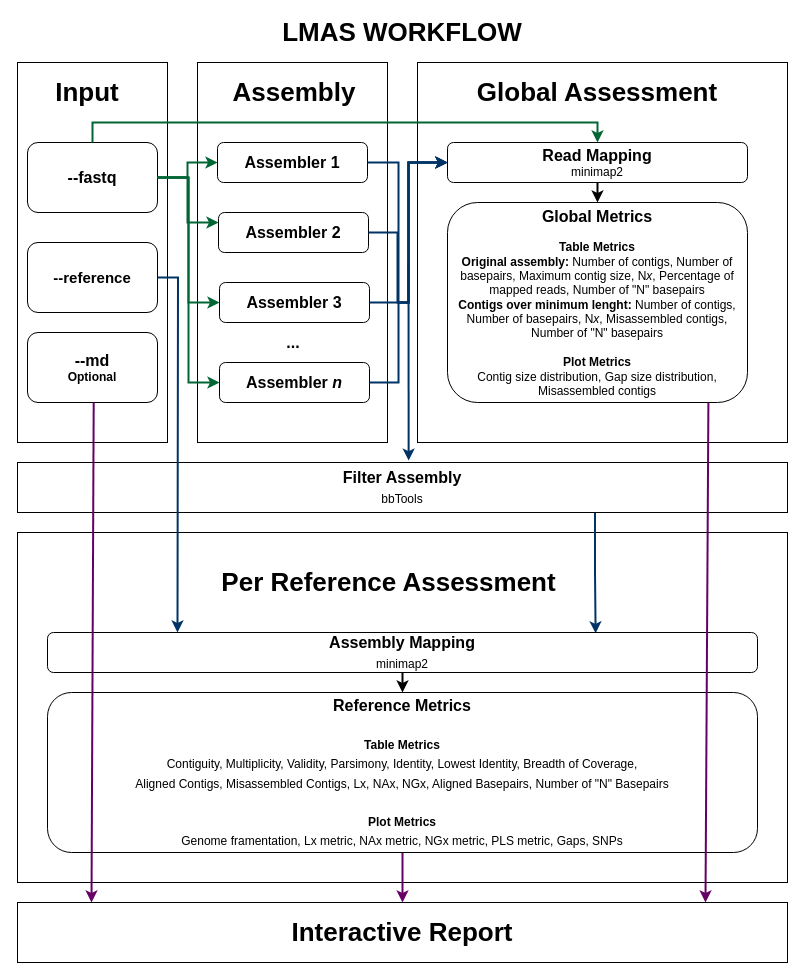
This is docs/diagram_simple.drawio from B-UMMI/LMAS, a draw.io file, before an edit. Source tidied: cells renumbered, new cells numbered last; positions are measured from the earlier drawing's top-left corner, leaving out a move shared by most shapes. Both pictures are drawn from the tidied source at 100%, with x=0, y=0 at pixel (17, 22).
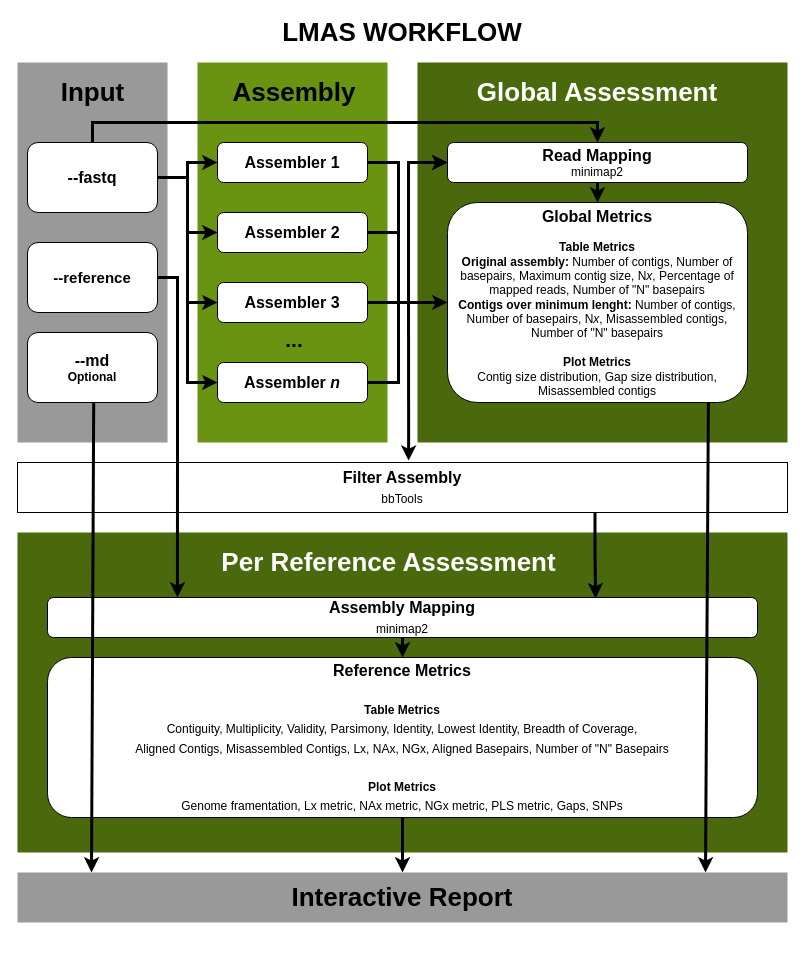
The same page after the edit.

The change refers to these unchanged cells:
```xml
<mxCell id="6" value="&lt;b style=&quot;font-size: 16px&quot;&gt;--fastq&lt;/b&gt;" style="rounded=1;whiteSpace=wrap;html=1;verticalAlign=middle;" parent="1" vertex="1">
  <mxGeometry x="10" y="120" width="130" height="70" as="geometry" />
</mxCell>
<mxCell id="7" value="&lt;b style=&quot;font-size: 15px&quot;&gt;--reference&lt;/b&gt;&lt;b&gt;&lt;br&gt;&lt;/b&gt;" style="rounded=1;whiteSpace=wrap;html=1;" parent="1" vertex="1">
  <mxGeometry x="10" y="220" width="130" height="70" as="geometry" />
</mxCell>
<mxCell id="11" value="&lt;font style=&quot;font-size: 16px&quot;&gt;&lt;b&gt;Assembler 1&lt;/b&gt;&lt;/font&gt;" style="rounded=1;whiteSpace=wrap;html=1;" parent="1" vertex="1">
  <mxGeometry x="200" y="120" width="150" height="40" as="geometry" />
</mxCell>
<mxCell id="18" value="&lt;font style=&quot;font-size: 16px&quot;&gt;&lt;b&gt;Read Mapping&lt;br&gt;&lt;/b&gt;&lt;/font&gt;&lt;font style=&quot;font-size: 12px&quot;&gt;minimap2&lt;br&gt;&lt;/font&gt;" style="rounded=1;whiteSpace=wrap;html=1;" parent="1" vertex="1">
  <mxGeometry x="430" y="120" width="300" height="40" as="geometry" />
</mxCell>
<mxCell id="21" value="&lt;span style=&quot;font-weight: bold ; font-size: 16px&quot;&gt;Global Metrics&lt;br&gt;&lt;/span&gt;&lt;br&gt;&lt;b&gt;Table Metrics&lt;br&gt;&lt;/b&gt;&lt;font style=&quot;font-size: 12px&quot;&gt;&lt;b&gt;Original assembly:&lt;/b&gt; Number of contigs, Number of basepairs, Maximum contig size, N&lt;i&gt;x&lt;/i&gt;, Percentage of mapped reads, Number of &quot;N&quot; basepairs&lt;/font&gt;&lt;br&gt;&lt;font style=&quot;font-size: 12px&quot;&gt;&lt;span style=&quot;font-weight: bold&quot;&gt;Contigs over minimum lenght:&amp;nbsp;&lt;/span&gt;Number of contigs, Number of basepairs, N&lt;i&gt;x&lt;/i&gt;, Misassembled contigs, Number of &quot;N&quot; basepairs&lt;br&gt;&lt;br&gt;&lt;b&gt;Plot Metrics&lt;br&gt;&lt;/b&gt;Contig size distribution, Gap size distribution, Misassembled contigs&lt;/font&gt;&lt;font style=&quot;font-size: 12px&quot;&gt;&lt;br&gt;&lt;/font&gt;" style="rounded=1;whiteSpace=wrap;html=1;" parent="1" vertex="1">
  <mxGeometry x="430" y="180" width="300" height="200" as="geometry" />
</mxCell>
```

Change to the diagram source:
```diff
@@
-    <mxCell id="2" style="rounded=0;whiteSpace=wrap;html=1;fontSize=16;" parent="1" vertex="1">
-      <mxGeometry y="510" width="770" height="350" as="geometry" />
+    <mxCell id="2" style="rounded=0;whiteSpace=wrap;html=1;fontSize=16;fontColor=#FFFFFF;strokeColor=none;fillColor=#4A690C;" parent="1" vertex="1">
+      <mxGeometry y="510" width="770" height="320" as="geometry" />
     </mxCell>
@@
-    <mxCell id="4" style="rounded=0;whiteSpace=wrap;html=1;" parent="1" vertex="1">
+    <mxCell id="4" style="rounded=0;whiteSpace=wrap;html=1;strokeColor=none;fillColor=#999999;" parent="1" vertex="1">
       <mxGeometry y="40" width="150" height="380" as="geometry" />
     </mxCell>
     <mxCell id="5" value="&lt;b&gt;&lt;font style=&quot;font-size: 26px&quot;&gt;Input&lt;/font&gt;&lt;/b&gt;" style="text;html=1;strokeColor=none;fillColor=none;align=center;verticalAlign=middle;whiteSpace=wrap;rounded=0;" parent="1" vertex="1">
-      <mxGeometry x="50" y="60" width="40" height="20" as="geometry" />
+      <mxGeometry x="29.5" y="60" width="91" height="20" as="geometry" />
     </mxCell>
@@
-    <mxCell id="9" style="rounded=0;whiteSpace=wrap;html=1;" parent="1" vertex="1">
+    <mxCell id="9" style="rounded=0;whiteSpace=wrap;html=1;strokeColor=none;fillColor=#689411;" parent="1" vertex="1">
       <mxGeometry x="180" y="40" width="190" height="380" as="geometry" />
     </mxCell>
@@
+    <mxCell id="42" style="edgeStyle=orthogonalEdgeStyle;rounded=0;jettySize=auto;html=1;exitX=1;exitY=0.5;exitDx=0;exitDy=0;endArrow=none;endFill=0;strokeColor=#000000;strokeWidth=3;fontColor=#FFFFFF;" parent="1" edge="1" source="12">
+      <mxGeometry relative="1" as="geometry">
+        <mxPoint x="381" y="210" as="targetPoint" />
+      </mxGeometry>
+    </mxCell>
     <mxCell id="12" value="&lt;font style=&quot;font-size: 16px&quot;&gt;&lt;b&gt;Assembler 2&lt;/b&gt;&lt;/font&gt;" style="rounded=1;whiteSpace=wrap;html=1;" parent="1" vertex="1">
-      <mxGeometry x="201" y="190" width="150" height="40" as="geometry" />
+      <mxGeometry x="200" y="190" width="150" height="40" as="geometry" />
     </mxCell>
     <mxCell id="13" value="&lt;font style=&quot;font-size: 16px&quot;&gt;&lt;b&gt;Assembler &lt;i&gt;n&lt;/i&gt;&lt;/b&gt;&lt;/font&gt;" style="rounded=1;whiteSpace=wrap;html=1;" parent="1" vertex="1">
-      <mxGeometry x="202" y="340" width="150" height="40" as="geometry" />
+      <mxGeometry x="200" y="340" width="150" height="40" as="geometry" />
     </mxCell>
-    <mxCell id="14" value="..." style="text;html=1;strokeColor=none;fillColor=none;align=center;verticalAlign=middle;whiteSpace=wrap;rounded=0;fontSize=16;fontStyle=1;" parent="1" vertex="1">
-      <mxGeometry x="256" y="310" width="40" height="20" as="geometry" />
+    <mxCell id="14" value="..." style="text;html=1;strokeColor=none;fillColor=none;align=center;verticalAlign=middle;whiteSpace=wrap;rounded=0;fontSize=21;fontStyle=1;" parent="1" vertex="1">
+      <mxGeometry x="257" y="307" width="40" height="20" as="geometry" />
     </mxCell>
-    <mxCell id="15" style="rounded=0;whiteSpace=wrap;html=1;fontSize=16;glass=0;" parent="1" vertex="1">
+    <mxCell id="15" style="rounded=0;whiteSpace=wrap;html=1;fontSize=16;glass=0;strokeColor=none;fillColor=#4A690C;" parent="1" vertex="1">
       <mxGeometry x="400" y="40" width="370" height="380" as="geometry" />
     </mxCell>
-    <mxCell id="16" value="&lt;b&gt;&lt;font style=&quot;font-size: 26px&quot;&gt;Global Assessment&lt;/font&gt;&lt;/b&gt;" style="text;html=1;strokeColor=none;fillColor=none;align=center;verticalAlign=middle;whiteSpace=wrap;rounded=0;" parent="1" vertex="1">
+    <mxCell id="16" value="&lt;b&gt;&lt;font style=&quot;font-size: 26px&quot;&gt;Global Assessment&lt;/font&gt;&lt;/b&gt;" style="text;html=1;strokeColor=none;fillColor=none;align=center;verticalAlign=middle;whiteSpace=wrap;rounded=0;fontColor=#FFFFFF;" parent="1" vertex="1">
       <mxGeometry x="440" y="60" width="280" height="20" as="geometry" />
     </mxCell>
-    <mxCell id="17" style="edgeStyle=orthogonalEdgeStyle;rounded=0;jettySize=auto;html=1;exitX=0.5;exitY=1;exitDx=0;exitDy=0;entryX=0.5;entryY=0;entryDx=0;entryDy=0;fontSize=16;strokeWidth=2;" parent="1" edge="1" source="18" target="21">
+    <mxCell id="17" style="edgeStyle=orthogonalEdgeStyle;rounded=0;jettySize=auto;html=1;exitX=0.5;exitY=1;exitDx=0;exitDy=0;entryX=0.5;entryY=0;entryDx=0;entryDy=0;fontSize=16;strokeWidth=3;" parent="1" edge="1" source="18" target="21">
       <mxGeometry relative="1" as="geometry" />
     </mxCell>
@@
-    <mxCell id="19" style="edgeStyle=orthogonalEdgeStyle;rounded=0;jettySize=auto;html=1;exitX=1;exitY=0.5;exitDx=0;exitDy=0;entryX=0;entryY=0.5;entryDx=0;entryDy=0;fontSize=16;strokeWidth=2;strokeColor=#006633;" parent="1" edge="1" source="6" target="11">
-      <mxGeometry relative="1" as="geometry">
-        <Array as="points">
-          <mxPoint x="170" y="155" />
-          <mxPoint x="170" y="140" />
-        </Array>
-      </mxGeometry>
-    </mxCell>
-    <mxCell id="20" style="edgeStyle=orthogonalEdgeStyle;rounded=0;jettySize=auto;html=1;exitX=1;exitY=0.5;exitDx=0;exitDy=0;fontSize=16;strokeWidth=2;strokeColor=#006633;" parent="1" edge="1" source="6" target="12">
-      <mxGeometry relative="1" as="geometry">
-        <Array as="points">
-          <mxPoint x="170" y="155" />
-          <mxPoint x="170" y="200" />
-        </Array>
-      </mxGeometry>
-    </mxCell>
@@
-    <mxCell id="22" style="edgeStyle=orthogonalEdgeStyle;rounded=0;jettySize=auto;html=1;exitX=0.75;exitY=1;exitDx=0;exitDy=0;entryX=0.772;entryY=0.02;entryDx=0;entryDy=0;entryPerimeter=0;fontSize=16;strokeWidth=2;strokeColor=#003366;" parent="1" edge="1" source="23" target="27">
+    <mxCell id="22" style="edgeStyle=orthogonalEdgeStyle;rounded=0;jettySize=auto;html=1;exitX=0.75;exitY=1;exitDx=0;exitDy=0;entryX=0.772;entryY=0.02;entryDx=0;entryDy=0;entryPerimeter=0;fontSize=16;strokeWidth=3;" parent="1" edge="1" source="23" target="27">
       <mxGeometry relative="1" as="geometry" />
     </mxCell>
-    <mxCell id="23" value="&lt;b&gt;Filter Assembly&lt;/b&gt;&lt;br&gt;&lt;font style=&quot;font-size: 12px&quot;&gt;bbTools&lt;/font&gt;&lt;b&gt;&lt;br&gt;&lt;/b&gt;" style="rounded=0;whiteSpace=wrap;html=1;fontSize=16;" parent="1" vertex="1">
+    <mxCell id="23" value="&lt;b&gt;Filter Assembly&lt;/b&gt;&lt;br&gt;&lt;font style=&quot;font-size: 12px&quot;&gt;bbTools&lt;/font&gt;&lt;b&gt;&lt;br&gt;&lt;/b&gt;" style="rounded=0;whiteSpace=wrap;html=1;fontSize=16;fillColor=#FFFFFF;" parent="1" vertex="1">
       <mxGeometry y="440" width="770" height="50" as="geometry" />
     </mxCell>
-    <mxCell id="24" style="edgeStyle=orthogonalEdgeStyle;rounded=0;jettySize=auto;html=1;exitX=0.5;exitY=1;exitDx=0;exitDy=0;strokeWidth=2;fontSize=16;strokeColor=#660066;" parent="1" edge="1" source="25" target="33">
+    <mxCell id="24" style="edgeStyle=orthogonalEdgeStyle;rounded=0;jettySize=auto;html=1;exitX=0.5;exitY=1;exitDx=0;exitDy=0;strokeWidth=3;fontSize=16;" parent="1" edge="1" source="25" target="33">
       <mxGeometry relative="1" as="geometry" />
     </mxCell>
     <mxCell id="25" value="&lt;span style=&quot;font-weight: bold&quot;&gt;Reference Metrics&lt;br&gt;&lt;/span&gt;&lt;br&gt;&lt;font style=&quot;font-size: 12px&quot;&gt;&lt;b&gt;Table Metrics&lt;br&gt;&lt;/b&gt;&lt;/font&gt;&lt;span style=&quot;font-size: 12px&quot;&gt;Contiguity, Multiplicity, Validity, Parsimony, Identity, Lowest Identity, Breadth of Coverage, &lt;br&gt;Aligned Contigs, Misassembled Contigs, Lx, NAx, NGx, Aligned Basepairs, Number of &quot;N&quot; Basepairs&lt;br&gt;&lt;/span&gt;&lt;br&gt;&lt;span style=&quot;font-size: 12px&quot;&gt;&lt;b&gt;Plot Metrics&lt;/b&gt;&lt;br&gt;Genome framentation, Lx metric, NAx metric, NGx metric, PLS metric, Gaps, SNPs&lt;/span&gt;&lt;font style=&quot;font-size: 12px&quot;&gt;&lt;br&gt;&lt;/font&gt;" style="rounded=1;whiteSpace=wrap;html=1;fontSize=16;" parent="1" vertex="1">
-      <mxGeometry x="30" y="670" width="710" height="160" as="geometry" />
+      <mxGeometry x="30" y="635" width="710" height="160" as="geometry" />
     </mxCell>
-    <mxCell id="26" style="edgeStyle=orthogonalEdgeStyle;rounded=0;jettySize=auto;html=1;exitX=0.5;exitY=1;exitDx=0;exitDy=0;entryX=0.5;entryY=0;entryDx=0;entryDy=0;fontSize=16;strokeWidth=2;" parent="1" edge="1" source="27" target="25">
+    <mxCell id="26" style="edgeStyle=orthogonalEdgeStyle;rounded=0;jettySize=auto;html=1;exitX=0.5;exitY=1;exitDx=0;exitDy=0;entryX=0.5;entryY=0;entryDx=0;entryDy=0;fontSize=16;strokeWidth=3;" parent="1" edge="1" source="27" target="25">
       <mxGeometry relative="1" as="geometry" />
     </mxCell>
     <mxCell id="27" value="&lt;font&gt;&lt;b&gt;Assembly Mapping&lt;br&gt;&lt;/b&gt;&lt;/font&gt;&lt;font style=&quot;font-size: 12px&quot;&gt;minimap2&lt;/font&gt;&lt;b&gt;&lt;br&gt;&lt;/b&gt;" style="rounded=1;whiteSpace=wrap;html=1;fontSize=16;" parent="1" vertex="1">
-      <mxGeometry x="30" y="610" width="710" height="40" as="geometry" />
+      <mxGeometry x="30" y="575" width="710" height="40" as="geometry" />
     </mxCell>
-    <mxCell id="28" value="&lt;b&gt;&lt;font style=&quot;font-size: 26px&quot;&gt;Per Reference Assessment&lt;/font&gt;&lt;/b&gt;" style="text;html=1;strokeColor=none;fillColor=none;align=center;verticalAlign=middle;whiteSpace=wrap;rounded=0;" parent="1" vertex="1">
-      <mxGeometry x="200" y="550" width="343" height="20" as="geometry" />
+    <mxCell id="28" value="&lt;b&gt;&lt;font style=&quot;font-size: 26px&quot;&gt;Per Reference Assessment&lt;/font&gt;&lt;/b&gt;" style="text;html=1;strokeColor=none;fillColor=none;align=center;verticalAlign=middle;whiteSpace=wrap;rounded=0;fontColor=#FFFFFF;" parent="1" vertex="1">
+      <mxGeometry x="200" y="530" width="343" height="20" as="geometry" />
     </mxCell>
-    <mxCell id="29" style="edgeStyle=orthogonalEdgeStyle;rounded=0;jettySize=auto;html=1;exitX=1;exitY=0.5;exitDx=0;exitDy=0;fontSize=16;strokeWidth=2;strokeColor=#003366;" parent="1" edge="1" source="7">
-      <mxGeometry relative="1" as="geometry">
-        <mxPoint x="160" y="610" as="targetPoint" />
-      </mxGeometry>
+    <mxCell id="29" style="edgeStyle=orthogonalEdgeStyle;rounded=0;jettySize=auto;html=1;exitX=1;exitY=0.5;exitDx=0;exitDy=0;fontSize=16;strokeWidth=3;entryX=0.183;entryY=0;entryDx=0;entryDy=0;entryPerimeter=0;" parent="1" edge="1" source="7" target="27">
+      <mxGeometry relative="1" as="geometry" />
     </mxCell>
-    <mxCell id="30" style="edgeStyle=orthogonalEdgeStyle;rounded=0;jettySize=auto;html=1;exitX=1;exitY=0.5;exitDx=0;exitDy=0;entryX=0;entryY=0.5;entryDx=0;entryDy=0;strokeWidth=2;fontSize=16;strokeColor=#006633;" parent="1" edge="1" source="6" target="13">
+    <mxCell id="30" style="edgeStyle=orthogonalEdgeStyle;rounded=0;jettySize=auto;html=1;exitX=1;exitY=0.5;exitDx=0;exitDy=0;entryX=0;entryY=0.5;entryDx=0;entryDy=0;strokeWidth=3;fontSize=16;" parent="1" edge="1" source="6" target="13">
       <mxGeometry relative="1" as="geometry" />
     </mxCell>
-    <mxCell id="31" style="edgeStyle=orthogonalEdgeStyle;rounded=0;jettySize=auto;html=1;exitX=1;exitY=0.5;exitDx=0;exitDy=0;entryX=0;entryY=0.5;entryDx=0;entryDy=0;strokeWidth=2;fontSize=16;strokeColor=#003366;" parent="1" edge="1" source="11" target="18">
+    <mxCell id="31" style="edgeStyle=orthogonalEdgeStyle;rounded=0;jettySize=auto;html=1;exitX=1;exitY=0.5;exitDx=0;exitDy=0;entryX=0;entryY=0.5;entryDx=0;entryDy=0;strokeWidth=3;fontSize=16;" parent="1" edge="1" source="11" target="18">
       <mxGeometry relative="1" as="geometry">
         <Array as="points">
           <mxPoint x="381" y="140" />
           <mxPoint x="381" y="280" />
           <mxPoint x="391" y="280" />
           <mxPoint x="391" y="140" />
         </Array>
       </mxGeometry>
     </mxCell>
-    <mxCell id="32" style="edgeStyle=orthogonalEdgeStyle;rounded=0;jettySize=auto;html=1;exitX=1;exitY=0.5;exitDx=0;exitDy=0;entryX=0;entryY=0.5;entryDx=0;entryDy=0;strokeWidth=2;fontSize=16;strokeColor=#003366;" parent="1" edge="1" source="12" target="18">
-      <mxGeometry relative="1" as="geometry">
-        <Array as="points">
-          <mxPoint x="380" y="210" />
-          <mxPoint x="380" y="280" />
-          <mxPoint x="391" y="280" />
-          <mxPoint x="391" y="140" />
-        </Array>
-      </mxGeometry>
-    </mxCell>
-    <mxCell id="33" value="&lt;b&gt;&lt;span style=&quot;font-size: 26px&quot;&gt;Interactive Report&lt;/span&gt;&lt;br&gt;&lt;/b&gt;" style="rounded=0;whiteSpace=wrap;html=1;fontSize=16;" parent="1" vertex="1">
-      <mxGeometry y="880" width="770" height="60" as="geometry" />
+    <mxCell id="33" value="&lt;b&gt;&lt;span style=&quot;font-size: 26px&quot;&gt;Interactive Report&lt;/span&gt;&lt;br&gt;&lt;/b&gt;" style="rounded=0;whiteSpace=wrap;html=1;fontSize=16;strokeColor=none;fillColor=#999999;" parent="1" vertex="1">
+      <mxGeometry y="850" width="770" height="50" as="geometry" />
     </mxCell>
-    <mxCell id="34" style="endArrow=classic;html=1;strokeWidth=2;fontSize=16;exitX=0.893;exitY=1.004;exitDx=0;exitDy=0;exitPerimeter=0;strokeColor=#660066;" parent="1" edge="1">
+    <mxCell id="34" style="endArrow=classic;html=1;strokeWidth=3;fontSize=16;exitX=0.893;exitY=1.004;exitDx=0;exitDy=0;exitPerimeter=0;" parent="1" edge="1">
       <mxGeometry relative="1" as="geometry">
         <mxPoint x="690.9" y="380" as="sourcePoint" />
-        <mxPoint x="688" y="880" as="targetPoint" />
+        <mxPoint x="688" y="850" as="targetPoint" />
       </mxGeometry>
     </mxCell>
-    <mxCell id="35" style="endArrow=classic;html=1;strokeWidth=2;fontSize=16;exitX=0.893;exitY=1.004;exitDx=0;exitDy=0;exitPerimeter=0;strokeColor=#660066;" parent="1" edge="1">
+    <mxCell id="35" style="endArrow=classic;html=1;strokeWidth=3;fontSize=16;exitX=0.893;exitY=1.004;exitDx=0;exitDy=0;exitPerimeter=0;" parent="1" edge="1">
       <mxGeometry relative="1" as="geometry">
         <mxPoint x="76.2" y="380" as="sourcePoint" />
-        <mxPoint x="74" y="880" as="targetPoint" />
+        <mxPoint x="74" y="850" as="targetPoint" />
       </mxGeometry>
     </mxCell>
-    <mxCell id="36" style="edgeStyle=orthogonalEdgeStyle;rounded=0;jettySize=auto;html=1;exitX=1;exitY=0.5;exitDx=0;exitDy=0;entryX=0;entryY=0.5;entryDx=0;entryDy=0;strokeWidth=2;fontSize=16;strokeColor=#003366;" parent="1" edge="1" source="13" target="18">
+    <mxCell id="36" style="edgeStyle=orthogonalEdgeStyle;rounded=0;jettySize=auto;html=1;exitX=1;exitY=0.5;exitDx=0;exitDy=0;entryX=0;entryY=0.5;entryDx=0;entryDy=0;strokeWidth=3;fontSize=16;" parent="1" edge="1" source="13" target="18">
       <mxGeometry relative="1" as="geometry">
         <Array as="points">
           <mxPoint x="381" y="360" />
           <mxPoint x="381" y="280" />
           <mxPoint x="391" y="280" />
           <mxPoint x="391" y="140" />
         </Array>
       </mxGeometry>
     </mxCell>
-    <mxCell id="37" style="endArrow=classic;html=1;strokeWidth=2;fontSize=16;entryX=0.508;entryY=-0.038;entryDx=0;entryDy=0;entryPerimeter=0;strokeColor=#003366;" parent="1" edge="1" target="23">
+    <mxCell id="37" style="endArrow=classic;html=1;strokeWidth=3;fontSize=16;entryX=0.508;entryY=-0.038;entryDx=0;entryDy=0;entryPerimeter=0;" parent="1" edge="1" target="23">
       <mxGeometry relative="1" as="geometry">
-        <mxPoint x="391" y="240" as="sourcePoint" />
+        <mxPoint x="391" y="280" as="sourcePoint" />
       </mxGeometry>
     </mxCell>
-    <mxCell id="38" style="edgeStyle=orthogonalEdgeStyle;rounded=0;jettySize=auto;html=1;exitX=0.5;exitY=0;exitDx=0;exitDy=0;entryX=0.5;entryY=0;entryDx=0;entryDy=0;strokeColor=#006633;strokeWidth=2;fontSize=16;" parent="1" edge="1" source="6" target="18">
+    <mxCell id="38" style="edgeStyle=orthogonalEdgeStyle;rounded=0;jettySize=auto;html=1;exitX=0.5;exitY=0;exitDx=0;exitDy=0;entryX=0.5;entryY=0;entryDx=0;entryDy=0;strokeWidth=3;fontSize=16;" parent="1" edge="1" source="6" target="18">
       <mxGeometry relative="1" as="geometry">
         <Array as="points">
           <mxPoint x="75" y="100" />
           <mxPoint x="580" y="100" />
         </Array>
       </mxGeometry>
     </mxCell>
-    <mxCell id="39" style="edgeStyle=orthogonalEdgeStyle;rounded=0;jettySize=auto;html=1;exitX=1;exitY=0.5;exitDx=0;exitDy=0;entryX=0;entryY=0.5;entryDx=0;entryDy=0;strokeWidth=2;strokeColor=#003366;" parent="1" edge="1" source="40" target="18">
-      <mxGeometry relative="1" as="geometry" />
-    </mxCell>
+    <mxCell id="43" style="edgeStyle=orthogonalEdgeStyle;rounded=0;jettySize=auto;html=1;exitX=1;exitY=0.5;exitDx=0;exitDy=0;strokeColor=#000000;strokeWidth=3;fontColor=#FFFFFF;endArrow=none;endFill=0;" parent="1" edge="1" source="40">
+      <mxGeometry relative="1" as="geometry">
+        <mxPoint x="391" y="280" as="targetPoint" />
+      </mxGeometry>
+    </mxCell>
+    <mxCell id="44" style="edgeStyle=orthogonalEdgeStyle;rounded=0;jettySize=auto;html=1;exitX=1;exitY=0.5;exitDx=0;exitDy=0;endArrow=classic;endFill=1;strokeColor=#000000;strokeWidth=3;fontColor=#FFFFFF;" parent="1" edge="1" source="40" target="21">
+      <mxGeometry relative="1" as="geometry" />
+    </mxCell>
     <mxCell id="40" value="&lt;font style=&quot;font-size: 16px&quot;&gt;&lt;b&gt;Assembler 3&lt;/b&gt;&lt;/font&gt;" style="rounded=1;whiteSpace=wrap;html=1;" parent="1" vertex="1">
-      <mxGeometry x="202" y="260" width="150" height="40" as="geometry" />
+      <mxGeometry x="200" y="260" width="150" height="40" as="geometry" />
     </mxCell>
-    <mxCell id="41" style="edgeStyle=orthogonalEdgeStyle;rounded=0;jettySize=auto;html=1;exitX=1;exitY=0.5;exitDx=0;exitDy=0;entryX=0;entryY=0.5;entryDx=0;entryDy=0;strokeColor=#006633;strokeWidth=2;" parent="1" edge="1" source="6" target="40">
+    <mxCell id="41" style="edgeStyle=orthogonalEdgeStyle;rounded=0;jettySize=auto;html=1;exitX=1;exitY=0.5;exitDx=0;exitDy=0;entryX=0;entryY=0.5;entryDx=0;entryDy=0;strokeWidth=3;" parent="1" edge="1" source="6" target="40">
       <mxGeometry relative="1" as="geometry" />
     </mxCell>
+    <mxCell id="19" style="edgeStyle=orthogonalEdgeStyle;rounded=0;jettySize=auto;html=1;exitX=1;exitY=0.5;exitDx=0;exitDy=0;entryX=0;entryY=0.5;entryDx=0;entryDy=0;strokeColor=#000000;strokeWidth=3;" parent="1" edge="1" source="6" target="11">
+      <mxGeometry relative="1" as="geometry" />
+    </mxCell>
+    <mxCell id="20" style="edgeStyle=orthogonalEdgeStyle;rounded=0;jettySize=auto;html=1;exitX=1;exitY=0.5;exitDx=0;exitDy=0;strokeColor=#000000;strokeWidth=3;" parent="1" edge="1" source="6" target="12">
+      <mxGeometry relative="1" as="geometry" />
+    </mxCell>
```
